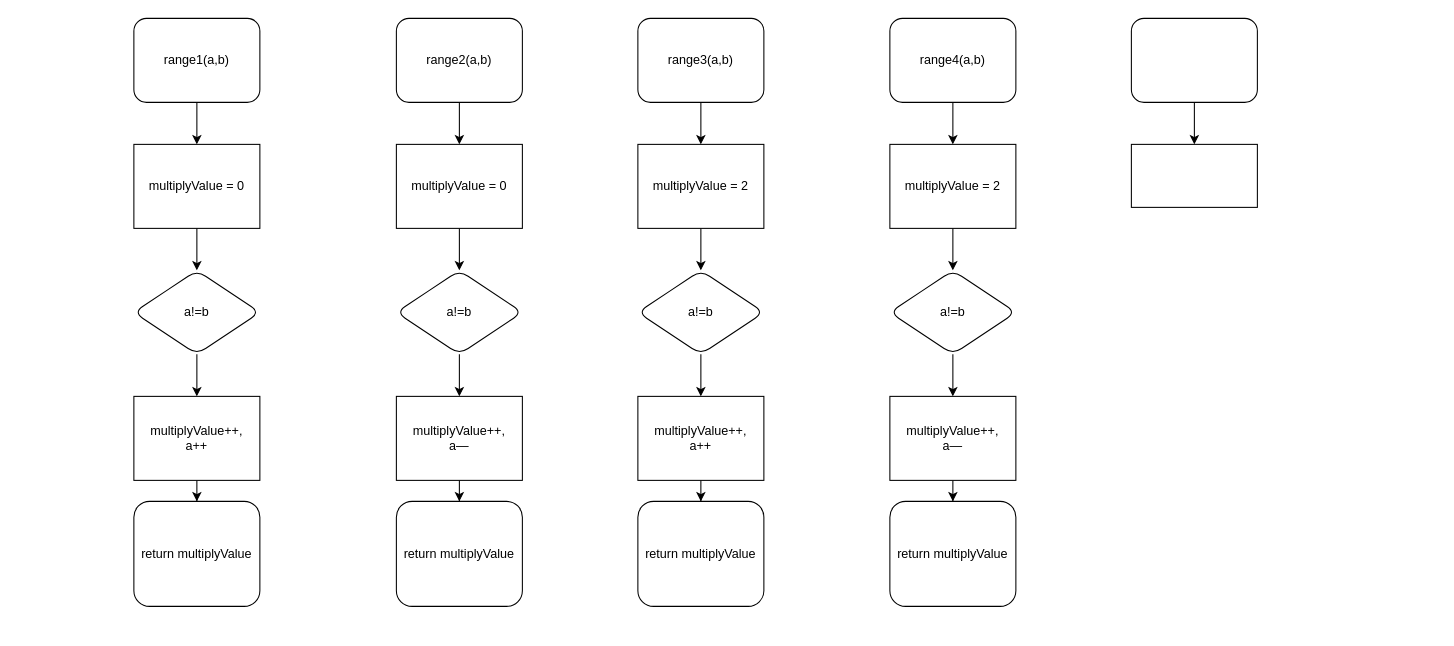
SyazanieAmirin/Simple-Password-Generator keeps this draw.io diagram as Flowchart Nina.drawio. Above is the earlier version. Source tidied: cells renumbered, new cells numbered last; positions are measured from the earlier drawing's top-left corner, leaving out a move shared by most shapes. Both pictures are drawn from the tidied source at 105%, with x=0, y=0 at pixel (133, 18).
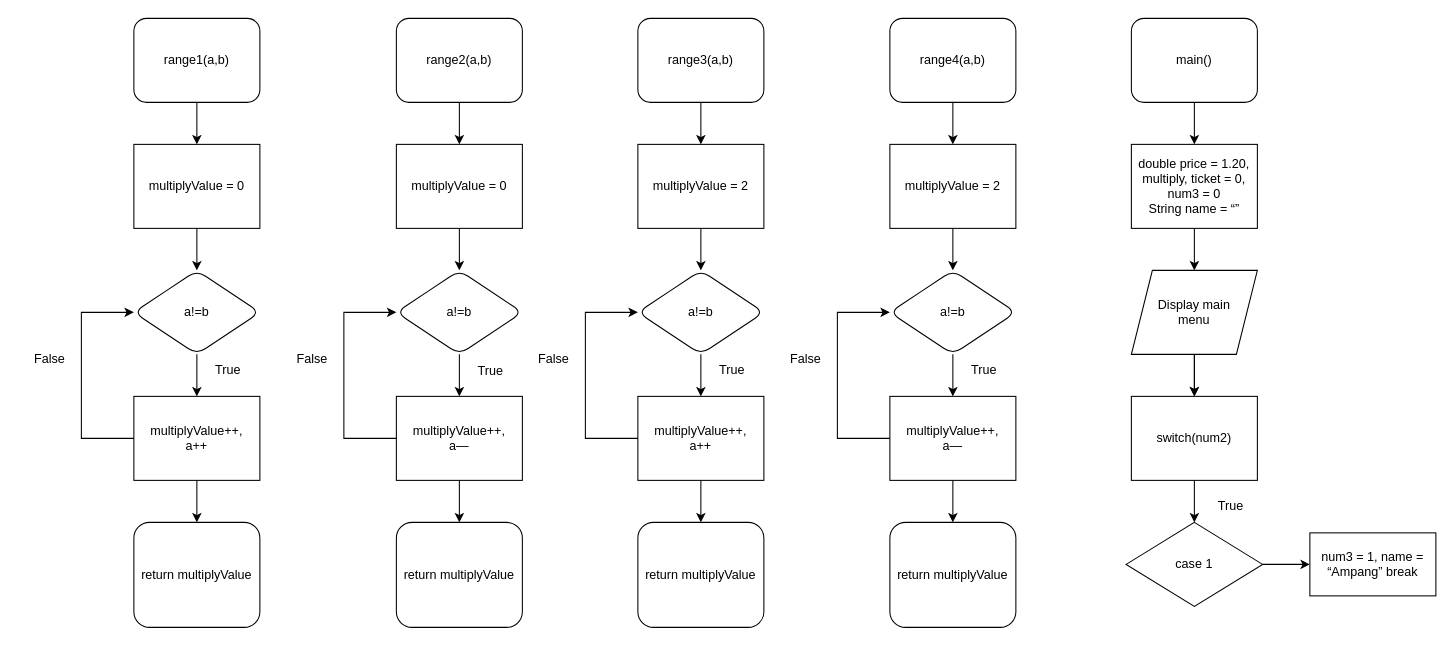
The same diagram, later.

The change refers to these unchanged cells:
```xml
<mxCell id="34" value="a!=b" style="rhombus;whiteSpace=wrap;html=1;rounded=1;strokeColor=default;fontFamily=Helvetica;fontSize=12;fontColor=default;fillColor=default;" parent="1" vertex="1">
  <mxGeometry x="720" y="240" width="120" height="80" as="geometry" />
</mxCell>
<mxCell id="36" value="multiplyValue++,&lt;br&gt;a—" style="rounded=0;whiteSpace=wrap;html=1;strokeColor=default;fontFamily=Helvetica;fontSize=12;fontColor=default;fillColor=default;" parent="1" vertex="1">
  <mxGeometry x="720" y="360" width="120" height="80" as="geometry" />
</mxCell>
```

The edit, as a diff of the source:
```diff
@@
     <mxCell id="10" value="return multiplyValue" style="rounded=1;whiteSpace=wrap;html=1;strokeColor=default;fontFamily=Helvetica;fontSize=12;fontColor=default;fillColor=default;" parent="1" vertex="1">
-      <mxGeometry y="460" width="120" height="100" as="geometry" />
+      <mxGeometry y="480" width="120" height="100" as="geometry" />
     </mxCell>
@@
     <mxCell id="19" value="return multiplyValue" style="rounded=1;whiteSpace=wrap;html=1;strokeColor=default;fontFamily=Helvetica;fontSize=12;fontColor=default;fillColor=default;" parent="1" vertex="1">
-      <mxGeometry x="250" y="460" width="120" height="100" as="geometry" />
+      <mxGeometry x="250" y="480" width="120" height="100" as="geometry" />
     </mxCell>
@@
     <mxCell id="28" value="return multiplyValue" style="rounded=1;whiteSpace=wrap;html=1;strokeColor=default;fontFamily=Helvetica;fontSize=12;fontColor=default;fillColor=default;" parent="1" vertex="1">
-      <mxGeometry x="480" y="460" width="120" height="100" as="geometry" />
+      <mxGeometry x="480" y="480" width="120" height="100" as="geometry" />
     </mxCell>
@@
-    <mxCell id="33" style="edgeStyle=orthogonalEdgeStyle;rounded=0;jettySize=auto;html=1;fontFamily=Helvetica;fontSize=12;fontColor=default;entryX=0.5;entryY=0;entryDx=0;entryDy=0;" parent="1" edge="1" source="34" target="36">
+    <mxCell id="33" style="edgeStyle=orthogonalEdgeStyle;rounded=0;jettySize=auto;html=1;fontFamily=Helvetica;fontSize=12;fontColor=default;" parent="1" edge="1" source="34" target="36">
       <mxGeometry relative="1" as="geometry" />
     </mxCell>
@@
+    <mxCell id="41" style="edgeStyle=orthogonalEdgeStyle;rounded=0;jettySize=auto;html=1;fontFamily=Helvetica;fontSize=12;fontColor=default;entryX=0;entryY=0.5;entryDx=0;entryDy=0;" parent="1" edge="1" source="36" target="34">
+      <mxGeometry relative="1" as="geometry">
+        <Array as="points">
+          <mxPoint x="670" y="400" />
+          <mxPoint x="670" y="280" />
+        </Array>
+      </mxGeometry>
+    </mxCell>
@@
     <mxCell id="37" value="return multiplyValue" style="rounded=1;whiteSpace=wrap;html=1;strokeColor=default;fontFamily=Helvetica;fontSize=12;fontColor=default;fillColor=default;" parent="1" vertex="1">
-      <mxGeometry x="720" y="460" width="120" height="100" as="geometry" />
+      <mxGeometry x="720" y="480" width="120" height="100" as="geometry" />
     </mxCell>
-    <mxCell id="38" style="edgeStyle=orthogonalEdgeStyle;rounded=0;jettySize=auto;html=1;" parent="1" edge="1" source="39">
-      <mxGeometry relative="1" as="geometry">
-        <mxPoint x="1010" y="120" as="targetPoint" />
-      </mxGeometry>
+    <mxCell id="38" style="edgeStyle=orthogonalEdgeStyle;rounded=0;jettySize=auto;html=1;entryX=0.5;entryY=0;entryDx=0;entryDy=0;" parent="1" edge="1" source="39" target="40">
+      <mxGeometry relative="1" as="geometry" />
     </mxCell>
-    <mxCell id="39" style="rounded=1;whiteSpace=wrap;html=1;" parent="1" vertex="1">
+    <mxCell id="39" value="main()" style="rounded=1;whiteSpace=wrap;html=1;" parent="1" vertex="1">
       <mxGeometry x="950" width="120" height="80" as="geometry" />
     </mxCell>
+    <mxCell id="42" style="edgeStyle=orthogonalEdgeStyle;rounded=0;jettySize=auto;html=1;entryX=0.5;entryY=0;entryDx=0;entryDy=0;" parent="1" edge="1" source="40" target="45">
+      <mxGeometry relative="1" as="geometry" />
+    </mxCell>
-    <mxCell id="40" style="rounded=0;whiteSpace=wrap;html=1;" parent="1" vertex="1">
-      <mxGeometry x="950" y="120" width="120" height="60" as="geometry" />
+    <mxCell id="40" value="double price = 1.20, multiply, ticket = 0, num3 = 0&lt;br&gt;String name = “”" style="rounded=0;whiteSpace=wrap;html=1;" parent="1" vertex="1">
+      <mxGeometry x="950" y="120" width="120" height="80" as="geometry" />
     </mxCell>
+    <mxCell id="43" style="edgeStyle=orthogonalEdgeStyle;rounded=0;jettySize=auto;html=1;fontFamily=Helvetica;fontSize=12;fontColor=default;" parent="1" edge="1" source="45">
+      <mxGeometry relative="1" as="geometry">
+        <mxPoint x="1010" y="360" as="targetPoint" />
+      </mxGeometry>
+    </mxCell>
+    <mxCell id="44" style="edgeStyle=orthogonalEdgeStyle;rounded=0;jettySize=auto;html=1;entryX=0.5;entryY=0;entryDx=0;entryDy=0;fontFamily=Helvetica;fontSize=12;fontColor=default;" parent="1" edge="1" source="45">
+      <mxGeometry relative="1" as="geometry">
+        <mxPoint x="1010" y="360" as="targetPoint" />
+      </mxGeometry>
+    </mxCell>
+    <mxCell id="45" value="Display main&lt;br&gt;menu" style="shape=parallelogram;perimeter=parallelogramPerimeter;whiteSpace=wrap;html=1;fixedSize=1;" parent="1" vertex="1">
+      <mxGeometry x="950" y="240" width="120" height="80" as="geometry" />
+    </mxCell>
+    <mxCell id="46" value="True" style="text;html=1;strokeColor=none;fillColor=none;align=center;verticalAlign=middle;whiteSpace=wrap;rounded=0;fontFamily=Helvetica;fontSize=12;fontColor=default;rotation=0;" parent="1" vertex="1">
+      <mxGeometry x="780" y="320" width="60" height="29" as="geometry" />
+    </mxCell>
+    <mxCell id="47" value="False" style="text;html=1;strokeColor=none;fillColor=none;align=center;verticalAlign=middle;whiteSpace=wrap;rounded=0;fontFamily=Helvetica;fontSize=12;fontColor=default;" parent="1" vertex="1">
+      <mxGeometry x="610" y="310" width="60" height="30" as="geometry" />
+    </mxCell>
+    <mxCell id="48" style="edgeStyle=orthogonalEdgeStyle;rounded=0;orthogonalLoop=1;jettySize=auto;html=1;fontFamily=Helvetica;fontSize=12;fontColor=default;entryX=0;entryY=0.5;entryDx=0;entryDy=0;" parent="1" edge="1">
+      <mxGeometry relative="1" as="geometry">
+        <mxPoint x="480" y="400" as="sourcePoint" />
+        <mxPoint x="480" y="280" as="targetPoint" />
+        <Array as="points">
+          <mxPoint x="430" y="400" />
+          <mxPoint x="430" y="280" />
+        </Array>
+      </mxGeometry>
+    </mxCell>
+    <mxCell id="49" value="False" style="text;html=1;strokeColor=none;fillColor=none;align=center;verticalAlign=middle;whiteSpace=wrap;rounded=0;fontFamily=Helvetica;fontSize=12;fontColor=default;" parent="1" vertex="1">
+      <mxGeometry x="370" y="310" width="60" height="30" as="geometry" />
+    </mxCell>
+    <mxCell id="50" style="edgeStyle=orthogonalEdgeStyle;rounded=0;orthogonalLoop=1;jettySize=auto;html=1;fontFamily=Helvetica;fontSize=12;fontColor=default;entryX=0;entryY=0.5;entryDx=0;entryDy=0;" parent="1" edge="1">
+      <mxGeometry relative="1" as="geometry">
+        <mxPoint x="250" y="400" as="sourcePoint" />
+        <mxPoint x="250" y="280" as="targetPoint" />
+        <Array as="points">
+          <mxPoint x="200" y="400" />
+          <mxPoint x="200" y="280" />
+        </Array>
+      </mxGeometry>
+    </mxCell>
+    <mxCell id="51" value="False" style="text;html=1;strokeColor=none;fillColor=none;align=center;verticalAlign=middle;whiteSpace=wrap;rounded=0;fontFamily=Helvetica;fontSize=12;fontColor=default;" parent="1" vertex="1">
+      <mxGeometry x="140" y="310" width="60" height="30" as="geometry" />
+    </mxCell>
+    <mxCell id="52" style="edgeStyle=orthogonalEdgeStyle;rounded=0;orthogonalLoop=1;jettySize=auto;html=1;fontFamily=Helvetica;fontSize=12;fontColor=default;entryX=0;entryY=0.5;entryDx=0;entryDy=0;" parent="1" edge="1">
+      <mxGeometry relative="1" as="geometry">
+        <mxPoint y="400" as="sourcePoint" />
+        <mxPoint y="280" as="targetPoint" />
+        <Array as="points">
+          <mxPoint x="-50" y="400" />
+          <mxPoint x="-50" y="280" />
+        </Array>
+      </mxGeometry>
+    </mxCell>
+    <mxCell id="53" value="False" style="text;html=1;strokeColor=none;fillColor=none;align=center;verticalAlign=middle;whiteSpace=wrap;rounded=0;fontFamily=Helvetica;fontSize=12;fontColor=default;" parent="1" vertex="1">
+      <mxGeometry x="-110" y="310" width="60" height="30" as="geometry" />
+    </mxCell>
+    <mxCell id="54" value="True" style="text;html=1;strokeColor=none;fillColor=none;align=center;verticalAlign=middle;whiteSpace=wrap;rounded=0;fontFamily=Helvetica;fontSize=12;fontColor=default;rotation=0;" parent="1" vertex="1">
+      <mxGeometry x="540" y="320" width="60" height="30" as="geometry" />
+    </mxCell>
+    <mxCell id="55" value="True" style="text;html=1;strokeColor=none;fillColor=none;align=center;verticalAlign=middle;whiteSpace=wrap;rounded=0;fontFamily=Helvetica;fontSize=12;fontColor=default;rotation=0;" parent="1" vertex="1">
+      <mxGeometry x="310" y="321" width="60" height="29" as="geometry" />
+    </mxCell>
+    <mxCell id="56" value="True" style="text;html=1;strokeColor=none;fillColor=none;align=center;verticalAlign=middle;whiteSpace=wrap;rounded=0;fontFamily=Helvetica;fontSize=12;fontColor=default;rotation=0;" parent="1" vertex="1">
+      <mxGeometry x="60" y="320" width="60" height="29" as="geometry" />
+    </mxCell>
+    <mxCell id="57" style="edgeStyle=orthogonalEdgeStyle;rounded=0;jettySize=auto;html=1;fontFamily=Helvetica;fontSize=12;fontColor=default;entryX=0.5;entryY=0;entryDx=0;entryDy=0;" parent="1" edge="1" source="58" target="60">
+      <mxGeometry relative="1" as="geometry" />
+    </mxCell>
+    <mxCell id="58" value="switch(num2)&lt;br&gt;" style="rounded=0;whiteSpace=wrap;html=1;strokeColor=default;fontFamily=Helvetica;fontSize=12;fontColor=default;fillColor=default;" parent="1" vertex="1">
+      <mxGeometry x="950" y="360" width="120" height="80" as="geometry" />
+    </mxCell>
+    <mxCell id="59" style="edgeStyle=orthogonalEdgeStyle;rounded=0;jettySize=auto;html=1;fontFamily=Helvetica;fontSize=12;fontColor=default;" parent="1" edge="1" source="60">
+      <mxGeometry relative="1" as="geometry">
+        <mxPoint x="1120" y="520" as="targetPoint" />
+      </mxGeometry>
+    </mxCell>
+    <mxCell id="60" value="case 1" style="rhombus;whiteSpace=wrap;html=1;strokeColor=default;fontFamily=Helvetica;fontSize=12;fontColor=default;fillColor=default;" parent="1" vertex="1">
+      <mxGeometry x="945" y="480" width="130" height="80" as="geometry" />
+    </mxCell>
+    <mxCell id="61" value="num3 = 1, name = “Ampang” break" style="rounded=0;whiteSpace=wrap;html=1;strokeColor=default;fontFamily=Helvetica;fontSize=12;fontColor=default;fillColor=default;" parent="1" vertex="1">
+      <mxGeometry x="1120" y="490" width="120" height="60" as="geometry" />
+    </mxCell>
+    <mxCell id="62" value="True" style="text;html=1;strokeColor=none;fillColor=none;align=center;verticalAlign=middle;whiteSpace=wrap;rounded=0;fontFamily=Helvetica;fontSize=12;fontColor=default;" parent="1" vertex="1">
+      <mxGeometry x="1015" y="450" width="60" height="30" as="geometry" />
+    </mxCell>
```
